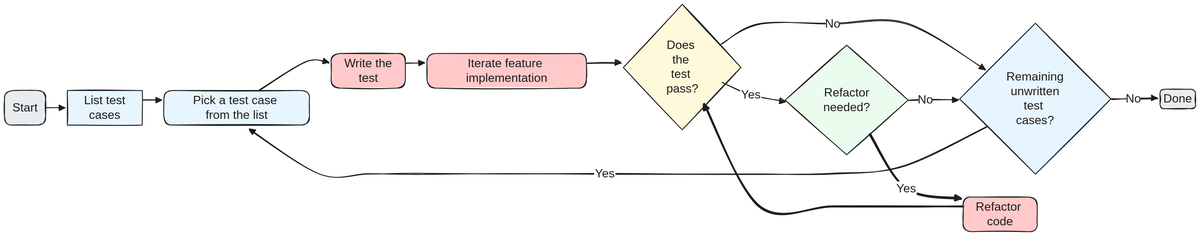
Before: tdd.excalidraw.svg, a diagram exported from Excalidraw (igwejk/workshop-tdd). Source tidied: one line per element, renumbered; positions are measured from the earlier drawing's top-left corner, leaving out a move shared by most shapes.
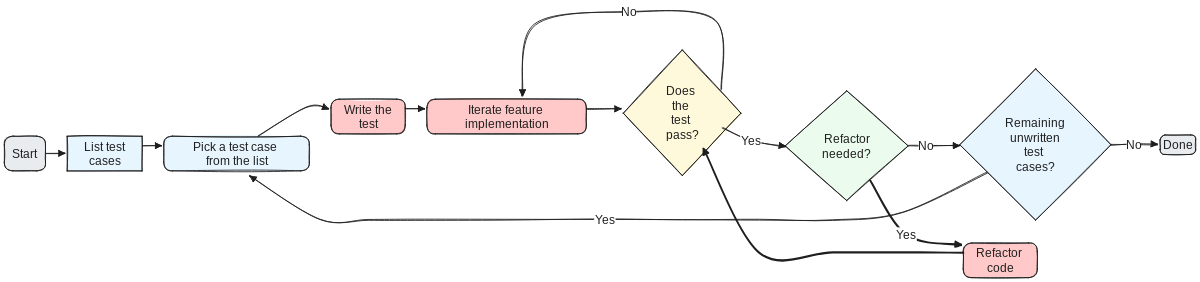
Later version of the same file.

The edit, as a diff of the source:
```diff
@@ -1,38 +1,38 @@
-{"id": 0, "type": "rectangle", "strokeColor": "#1e1e1e", "backgroundColor": "#e9ecef", "fillStyle": "solid", "strokeWidth": 2, "roughness": 1, "round": true, "x": 0, "y": 199, "width": 95, "height": 80}
-{"id": 1, "type": "rectangle", "strokeColor": "#1e1e1e", "backgroundColor": "#e7f5ff", "fillStyle": "solid", "strokeWidth": 2, "roughness": 1, "x": 145, "y": 199, "width": 173, "height": 80}
-{"id": 2, "type": "rectangle", "strokeColor": "#1e1e1e", "backgroundColor": "#e7f5ff", "fillStyle": "solid", "strokeWidth": 2, "roughness": 1, "round": true, "x": 368, "y": 199, "width": 336, "height": 80}
-{"id": 3, "type": "rectangle", "strokeColor": "#1e1e1e", "backgroundColor": "#ffc9c9", "fillStyle": "solid", "strokeWidth": 2, "roughness": 1, "round": true, "x": 754, "y": 114, "width": 171, "height": 80}
-{"id": 4, "type": "rectangle", "strokeColor": "#1e1e1e", "backgroundColor": "#ffc9c9", "fillStyle": "solid", "strokeWidth": 2, "roughness": 1, "round": true, "x": 975, "y": 114, "width": 368, "height": 80}
-{"id": 5, "type": "diamond", "strokeColor": "#1e1e1e", "backgroundColor": "#fff9db", "fillStyle": "solid", "strokeWidth": 2, "roughness": 1, "x": 1428, "y": 0, "width": 271, "height": 290}
-{"id": 6, "type": "diamond", "strokeColor": "#1e1e1e", "backgroundColor": "#ebfbee", "fillStyle": "solid", "strokeWidth": 2, "roughness": 1, "x": 1802, "y": 94, "width": 284, "height": 253}
-{"id": 7, "type": "diamond", "strokeColor": "#1e1e1e", "backgroundColor": "#e7f5ff", "fillStyle": "solid", "strokeWidth": 2, "roughness": 1, "x": 2205, "y": 44, "width": 349, "height": 349}
-{"id": 8, "type": "rectangle", "strokeColor": "#1e1e1e", "backgroundColor": "#ffc9c9", "fillStyle": "solid", "strokeWidth": 2, "roughness": 1, "round": true, "x": 2213, "y": 446, "width": 171, "height": 80}
-{"id": 9, "type": "rectangle", "strokeColor": "#1e1e1e", "backgroundColor": "#e9ecef", "fillStyle": "solid", "strokeWidth": 2, "roughness": 1, "round": true, "x": 2667, "y": 196, "width": 82, "height": 45}
-{"id": 10, "type": "arrow", "strokeColor": "#1e1e1e", "strokeWidth": 2, "roughness": 1, "endArrowhead": "triangle", "round": true, "from": 0, "to": 1, "x": 96, "y": 239, "width": 44, "height": 0, "points": [[0, 0], [44, 0]]}
-{"id": 11, "type": "arrow", "strokeColor": "#1e1e1e", "strokeWidth": 2, "roughness": 1, "endArrowhead": "triangle", "round": true, "from": 1, "to": 2, "x": 319, "y": 221, "width": 44, "height": 0, "points": [[0, 0], [44, 0]]}
-{"id": 12, "type": "arrow", "strokeColor": "#1e1e1e", "strokeWidth": 2, "roughness": 1, "endArrowhead": "triangle", "round": true, "from": 2, "to": 3, "x": 586, "y": 199, "width": 162, "height": 66, "points": [[0, 0], [111, -66], [162, -63]]}
-{"id": 13, "type": "arrow", "strokeColor": "#1e1e1e", "strokeWidth": 2, "roughness": 1, "endArrowhead": "triangle", "round": true, "from": 3, "to": 4, "x": 926, "y": 136, "width": 45, "height": 0, "points": [[0, 0], [44, 0]]}
-{"id": 14, "type": "arrow", "strokeColor": "#1e1e1e", "strokeWidth": 2, "roughness": 1, "endArrowhead": "triangle", "round": true, "from": 4, "to": 5, "x": 1344, "y": 136, "width": 81, "height": 0, "points": [[0, 0], [42, 0], [80, -1]]}
-{"id": 15, "type": "arrow", "strokeColor": "#1e1e1e", "strokeWidth": 2, "roughness": 1, "endArrowhead": "triangle", "round": true, "to": 6, "x": 1657, "y": 181, "width": 144, "height": 43, "points": [[0, 0], [66, 28], [144, 43]]}
-{"id": 16, "type": "arrow", "strokeColor": "#1e1e1e", "strokeWidth": 2, "roughness": 1, "endArrowhead": "triangle", "round": true, "from": 5, "to": 7, "x": 1655, "y": 91, "width": 610, "height": 107, "points": [[0, 0], [87, -46], [257, -46], [426, -46], [610, 61]]}
-{"id": 17, "type": "arrow", "strokeColor": "#1e1e1e", "strokeWidth": 4, "roughness": 1, "endArrowhead": "triangle", "round": true, "from": 6, "to": 8, "x": 1997, "y": 301, "width": 210, "height": 149, "points": [[0, 0], [84, 125], [210, 149]]}
-{"id": 18, "type": "arrow", "strokeColor": "#1e1e1e", "strokeWidth": 2, "roughness": 1, "endArrowhead": "triangle", "round": true, "from": 6, "to": 7, "x": 2087, "y": 221, "width": 115, "height": 1, "points": [[0, 0], [39, -1], [115, -1]]}
-{"id": 19, "type": "arrow", "strokeColor": "#1e1e1e", "strokeWidth": 4, "roughness": 1, "endArrowhead": "triangle", "round": true, "from": 8, "to": 5, "x": 2212, "y": 467, "width": 597, "height": 238, "points": [[0, 0], [-131, 0], [-301, 0], [-470, 0], [-597, -237]]}
-{"id": 20, "type": "arrow", "strokeColor": "#1e1e1e", "strokeWidth": 2, "roughness": 1, "endArrowhead": "triangle", "round": true, "from": 7, "to": 2, "x": 2268, "y": 283, "width": 1702, "height": 109, "points": [[0, 0], [-194, 92], [-356, 109], [-525, 109], [-704, 109], [-882, 109], [-1109, 109], [-1318, 109], [-1429, 109], [-1539, 109], [-1702, 7]]}
-{"id": 21, "type": "arrow", "strokeColor": "#1e1e1e", "strokeWidth": 2, "roughness": 1, "endArrowhead": "triangle", "round": true, "from": 7, "to": 9, "x": 2555, "y": 219, "width": 107, "height": 0, "points": [[0, 0], [51, 0], [107, 0]]}
+{"id": 38, "type": "rectangle", "strokeColor": "#1e1e1e", "backgroundColor": "#e9ecef", "fillStyle": "solid", "strokeWidth": 2, "roughness": 1, "round": true, "x": 0, "y": 199, "width": 95, "height": 80}
+{"id": 39, "type": "rectangle", "strokeColor": "#1e1e1e", "backgroundColor": "#e7f5ff", "fillStyle": "solid", "strokeWidth": 2, "roughness": 1, "x": 145, "y": 199, "width": 173, "height": 80}
+{"id": 40, "type": "rectangle", "strokeColor": "#1e1e1e", "backgroundColor": "#e7f5ff", "fillStyle": "solid", "strokeWidth": 2, "roughness": 1, "round": true, "x": 368, "y": 199, "width": 336, "height": 80}
+{"id": 41, "type": "rectangle", "strokeColor": "#1e1e1e", "backgroundColor": "#ffc9c9", "fillStyle": "solid", "strokeWidth": 2, "roughness": 1, "round": true, "x": 754, "y": 114, "width": 171, "height": 80}
+{"id": 42, "type": "rectangle", "strokeColor": "#1e1e1e", "backgroundColor": "#ffc9c9", "fillStyle": "solid", "strokeWidth": 2, "roughness": 1, "round": true, "x": 975, "y": 114, "width": 368, "height": 80}
+{"id": 43, "type": "diamond", "strokeColor": "#1e1e1e", "backgroundColor": "#fff9db", "fillStyle": "solid", "strokeWidth": 2, "roughness": 1, "x": 1428, "y": 0, "width": 271, "height": 290}
+{"id": 44, "type": "diamond", "strokeColor": "#1e1e1e", "backgroundColor": "#ebfbee", "fillStyle": "solid", "strokeWidth": 2, "roughness": 1, "x": 1802, "y": 94, "width": 284, "height": 253}
+{"id": 45, "type": "diamond", "strokeColor": "#1e1e1e", "backgroundColor": "#e7f5ff", "fillStyle": "solid", "strokeWidth": 2, "roughness": 1, "x": 2205, "y": 44, "width": 349, "height": 349}
+{"id": 46, "type": "rectangle", "strokeColor": "#1e1e1e", "backgroundColor": "#ffc9c9", "fillStyle": "solid", "strokeWidth": 2, "roughness": 1, "round": true, "x": 2213, "y": 445, "width": 171, "height": 80}
+{"id": 47, "type": "rectangle", "strokeColor": "#1e1e1e", "backgroundColor": "#e9ecef", "fillStyle": "solid", "strokeWidth": 2, "roughness": 1, "round": true, "x": 2667, "y": 196, "width": 82, "height": 45}
+{"id": 48, "type": "arrow", "strokeColor": "#1e1e1e", "strokeWidth": 2, "roughness": 1, "endArrowhead": "triangle", "round": true, "from": 38, "to": 39, "x": 96, "y": 239, "width": 44, "height": 0, "points": [[0, 0], [44, 0]]}
+{"id": 49, "type": "arrow", "strokeColor": "#1e1e1e", "strokeWidth": 2, "roughness": 1, "endArrowhead": "triangle", "round": true, "from": 39, "to": 40, "x": 319, "y": 221, "width": 44, "height": 0, "points": [[0, 0], [44, 0]]}
+{"id": 50, "type": "arrow", "strokeColor": "#1e1e1e", "strokeWidth": 2, "roughness": 1, "endArrowhead": "triangle", "round": true, "from": 40, "to": 41, "x": 586, "y": 199, "width": 162, "height": 66, "points": [[0, 0], [111, -66], [162, -63]]}
+{"id": 51, "type": "arrow", "strokeColor": "#1e1e1e", "strokeWidth": 2, "roughness": 1, "endArrowhead": "triangle", "round": true, "from": 41, "to": 42, "x": 926, "y": 136, "width": 44, "height": 0, "points": [[0, 0], [44, 0]]}
+{"id": 52, "type": "arrow", "strokeColor": "#1e1e1e", "strokeWidth": 2, "roughness": 1, "endArrowhead": "triangle", "round": true, "from": 42, "to": 43, "x": 1344, "y": 136, "width": 80, "height": 1, "points": [[0, 0], [42, 0], [80, -1]]}
+{"id": 53, "type": "arrow", "strokeColor": "#1e1e1e", "strokeWidth": 2, "roughness": 1, "endArrowhead": "triangle", "round": true, "to": 44, "x": 1657, "y": 181, "width": 144, "height": 43, "points": [[0, 0], [66, 28], [144, 43]]}
+{"id": 54, "type": "arrow", "strokeColor": "#1e1e1e", "strokeWidth": 2, "roughness": 1, "endArrowhead": "triangle", "round": true, "from": 43, "to": 42, "x": 1655, "y": 91, "width": 460, "height": 195, "points": [[0, 0], [-16, -159], [-213, -179], [-431, -149], [-460, 16]]}
+{"id": 55, "type": "arrow", "strokeColor": "#1e1e1e", "strokeWidth": 4, "roughness": 1, "endArrowhead": "triangle", "round": true, "from": 44, "to": 46, "x": 1997, "y": 301, "width": 210, "height": 149, "points": [[0, 0], [84, 125], [210, 149]]}
+{"id": 56, "type": "arrow", "strokeColor": "#1e1e1e", "strokeWidth": 2, "roughness": 1, "endArrowhead": "triangle", "round": true, "from": 44, "to": 45, "x": 2087, "y": 221, "width": 115, "height": 1, "points": [[0, 0], [39, -1], [115, -1]]}
+{"id": 57, "type": "arrow", "strokeColor": "#1e1e1e", "strokeWidth": 4, "roughness": 1, "endArrowhead": "triangle", "round": true, "from": 46, "to": 43, "x": 2212, "y": 467, "width": 597, "height": 238, "points": [[0, 0], [-131, 0], [-301, 0], [-470, 0], [-597, -237]]}
+{"id": 58, "type": "arrow", "strokeColor": "#1e1e1e", "strokeWidth": 2, "roughness": 1, "endArrowhead": "triangle", "round": true, "from": 45, "to": 40, "x": 2268, "y": 283, "width": 1702, "height": 109, "points": [[0, 0], [-194, 92], [-356, 109], [-525, 109], [-704, 109], [-882, 109], [-1109, 109], [-1318, 109], [-1429, 109], [-1539, 109], [-1702, 7]]}
+{"id": 59, "type": "arrow", "strokeColor": "#1e1e1e", "strokeWidth": 2, "roughness": 1, "endArrowhead": "triangle", "round": true, "from": 45, "to": 47, "x": 2555, "y": 219, "width": 107, "height": 0, "points": [[0, 0], [51, 0], [107, 0]]}
-{"id": 22, "type": "text", "text": "Start", "strokeColor": "#1e1e1e", "strokeWidth": 2, "roughness": 1, "fontSize": 28, "fontFamily": 3, "textAlign": "center", "verticalAlign": "middle", "inside": 0, "x": 6, "y": 222, "width": 82, "height": 34}
+{"id": 22, "type": "text", "text": "Start", "strokeColor": "#1e1e1e", "strokeWidth": 2, "roughness": 1, "fontSize": 28, "fontFamily": 3, "textAlign": "center", "verticalAlign": "middle", "inside": 38, "x": 7, "y": 222, "width": 82, "height": 34}
-{"id": 23, "type": "text", "text": "List test\ncases", "strokeColor": "#1e1e1e", "strokeWidth": 2, "roughness": 1, "fontSize": 28, "fontFamily": 3, "textAlign": "center", "verticalAlign": "middle", "inside": 1, "x": 158, "y": 206, "width": 148, "height": 67}
+{"id": 23, "type": "text", "text": "List test\ncases", "strokeColor": "#1e1e1e", "strokeWidth": 2, "roughness": 1, "fontSize": 28, "fontFamily": 3, "textAlign": "center", "verticalAlign": "middle", "inside": 39, "x": 158, "y": 206, "width": 148, "height": 67}
-{"id": 24, "type": "text", "text": "Pick a test case \nfrom the list", "strokeColor": "#1e1e1e", "strokeWidth": 2, "roughness": 1, "fontSize": 28, "fontFamily": 3, "textAlign": "center", "verticalAlign": "middle", "inside": 2, "x": 396, "y": 205, "width": 279, "height": 67}
+{"id": 24, "type": "text", "text": "Pick a test case \nfrom the list", "strokeColor": "#1e1e1e", "strokeWidth": 2, "roughness": 1, "fontSize": 28, "fontFamily": 3, "textAlign": "center", "verticalAlign": "middle", "inside": 40, "x": 396, "y": 205, "width": 279, "height": 67}
-{"id": 25, "type": "text", "text": "Write the\ntest", "strokeColor": "#1e1e1e", "strokeWidth": 2, "roughness": 1, "fontSize": 28, "fontFamily": 3, "textAlign": "center", "verticalAlign": "middle", "inside": 3, "x": 766, "y": 120, "width": 148, "height": 67}
+{"id": 25, "type": "text", "text": "Write the\ntest", "strokeColor": "#1e1e1e", "strokeWidth": 2, "roughness": 1, "fontSize": 28, "fontFamily": 3, "textAlign": "center", "verticalAlign": "middle", "inside": 41, "x": 766, "y": 120, "width": 148, "height": 67}
-{"id": 26, "type": "text", "text": "Iterate feature \nimplementation", "strokeColor": "#1e1e1e", "strokeWidth": 2, "roughness": 1, "fontSize": 28, "fontFamily": 3, "textAlign": "center", "verticalAlign": "middle", "inside": 4, "x": 1028, "y": 120, "width": 262, "height": 67}
+{"id": 26, "type": "text", "text": "Iterate feature \nimplementation", "strokeColor": "#1e1e1e", "strokeWidth": 2, "roughness": 1, "fontSize": 28, "fontFamily": 3, "textAlign": "center", "verticalAlign": "middle", "inside": 42, "x": 1028, "y": 120, "width": 262, "height": 67}
-{"id": 27, "type": "text", "text": "Does \nthe \ntest \npass?", "strokeColor": "#1e1e1e", "strokeWidth": 2, "roughness": 1, "fontSize": 28, "fontFamily": 3, "textAlign": "center", "verticalAlign": "middle", "inside": 5, "x": 1523, "y": 78, "width": 82, "height": 134}
+{"id": 27, "type": "text", "text": "Does \nthe \ntest \npass?", "strokeColor": "#1e1e1e", "strokeWidth": 2, "roughness": 1, "fontSize": 28, "fontFamily": 3, "textAlign": "center", "verticalAlign": "middle", "inside": 43, "x": 1523, "y": 78, "width": 82, "height": 134}
-{"id": 28, "type": "text", "text": "Refactor\nneeded?", "strokeColor": "#1e1e1e", "strokeWidth": 2, "roughness": 1, "fontSize": 28, "fontFamily": 3, "textAlign": "center", "verticalAlign": "middle", "inside": 6, "x": 1878, "y": 188, "width": 131, "height": 67}
+{"id": 28, "type": "text", "text": "Refactor\nneeded?", "strokeColor": "#1e1e1e", "strokeWidth": 2, "roughness": 1, "fontSize": 28, "fontFamily": 3, "textAlign": "center", "verticalAlign": "middle", "inside": 44, "x": 1878, "y": 188, "width": 131, "height": 67}
-{"id": 29, "type": "text", "text": "Remaining\nunwritten\ntest \ncases?", "strokeColor": "#1e1e1e", "strokeWidth": 2, "roughness": 1, "fontSize": 28, "fontFamily": 3, "textAlign": "center", "verticalAlign": "middle", "inside": 7, "x": 2305, "y": 151, "width": 148, "height": 134}
+{"id": 29, "type": "text", "text": "Remaining\nunwritten\ntest \ncases?", "strokeColor": "#1e1e1e", "strokeWidth": 2, "roughness": 1, "fontSize": 28, "fontFamily": 3, "textAlign": "center", "verticalAlign": "middle", "inside": 45, "x": 2305, "y": 151, "width": 148, "height": 134}
-{"id": 30, "type": "text", "text": "Refactor \ncode", "strokeColor": "#1e1e1e", "strokeWidth": 2, "roughness": 1, "fontSize": 28, "fontFamily": 3, "textAlign": "center", "verticalAlign": "middle", "inside": 8, "x": 2224, "y": 452, "width": 148, "height": 67}
+{"id": 30, "type": "text", "text": "Refactor \ncode", "strokeColor": "#1e1e1e", "strokeWidth": 2, "roughness": 1, "fontSize": 28, "fontFamily": 3, "textAlign": "center", "verticalAlign": "middle", "inside": 46, "x": 2224, "y": 452, "width": 148, "height": 67}
-{"id": 31, "type": "text", "text": "Done", "strokeColor": "#1e1e1e", "strokeWidth": 2, "roughness": 1, "fontSize": 28, "fontFamily": 3, "textAlign": "center", "verticalAlign": "middle", "inside": 9, "x": 2675, "y": 202, "width": 66, "height": 34}
+{"id": 31, "type": "text", "text": "Done", "strokeColor": "#1e1e1e", "strokeWidth": 2, "roughness": 1, "fontSize": 28, "fontFamily": 3, "textAlign": "center", "verticalAlign": "middle", "inside": 47, "x": 2675, "y": 202, "width": 66, "height": 34}
-{"id": 32, "type": "text", "text": "Yes", "strokeColor": "#1e1e1e", "strokeWidth": 2, "roughness": 1, "fontSize": 28, "fontFamily": 3, "textAlign": "center", "verticalAlign": "middle", "inside": 15, "x": 1698, "y": 192, "width": 49, "height": 34}
-{"id": 33, "type": "text", "text": "No", "strokeColor": "#1e1e1e", "strokeWidth": 2, "roughness": 1, "fontSize": 28, "fontFamily": 3, "textAlign": "center", "verticalAlign": "middle", "inside": 16, "x": 1895, "y": 28, "width": 33, "height": 34}
-{"id": 34, "type": "text", "text": "Yes", "strokeColor": "#1e1e1e", "strokeWidth": 2, "roughness": 1, "fontSize": 28, "fontFamily": 3, "textAlign": "center", "verticalAlign": "middle", "inside": 17, "x": 2056, "y": 409, "width": 49, "height": 34}
-{"id": 35, "type": "text", "text": "No", "strokeColor": "#1e1e1e", "strokeWidth": 2, "roughness": 1, "fontSize": 28, "fontFamily": 3, "textAlign": "center", "verticalAlign": "middle", "inside": 18, "x": 2109, "y": 204, "width": 33, "height": 34}
-{"id": 36, "type": "text", "text": "Yes", "strokeColor": "#1e1e1e", "strokeWidth": 2, "roughness": 1, "fontSize": 28, "fontFamily": 3, "textAlign": "center", "verticalAlign": "middle", "inside": 20, "x": 1361, "y": 375, "width": 49, "height": 34}
-{"id": 37, "type": "text", "text": "No", "strokeColor": "#1e1e1e", "strokeWidth": 2, "roughness": 1, "fontSize": 28, "fontFamily": 3, "textAlign": "center", "verticalAlign": "middle", "inside": 21, "x": 2590, "y": 201, "width": 33, "height": 34}
+{"id": 60, "type": "text", "text": "Yes", "strokeColor": "#1e1e1e", "strokeWidth": 2, "roughness": 1, "fontSize": 28, "fontFamily": 3, "textAlign": "center", "verticalAlign": "middle", "inside": 53, "x": 1698, "y": 192, "width": 49, "height": 34}
+{"id": 61, "type": "text", "text": "No", "strokeColor": "#1e1e1e", "strokeWidth": 2, "roughness": 1, "fontSize": 28, "fontFamily": 3, "textAlign": "center", "verticalAlign": "middle", "inside": 54, "x": 1895, "y": 28, "width": 33, "height": 34}
+{"id": 62, "type": "text", "text": "Yes", "strokeColor": "#1e1e1e", "strokeWidth": 2, "roughness": 1, "fontSize": 28, "fontFamily": 3, "textAlign": "center", "verticalAlign": "middle", "inside": 55, "x": 2056, "y": 409, "width": 49, "height": 34}
+{"id": 63, "type": "text", "text": "No", "strokeColor": "#1e1e1e", "strokeWidth": 2, "roughness": 1, "fontSize": 28, "fontFamily": 3, "textAlign": "center", "verticalAlign": "middle", "inside": 56, "x": 2109, "y": 204, "width": 33, "height": 34}
+{"id": 64, "type": "text", "text": "Yes", "strokeColor": "#1e1e1e", "strokeWidth": 2, "roughness": 1, "fontSize": 28, "fontFamily": 3, "textAlign": "center", "verticalAlign": "middle", "inside": 58, "x": 1361, "y": 375, "width": 49, "height": 34}
+{"id": 65, "type": "text", "text": "No", "strokeColor": "#1e1e1e", "strokeWidth": 2, "roughness": 1, "fontSize": 28, "fontFamily": 3, "textAlign": "center", "verticalAlign": "middle", "inside": 59, "x": 2590, "y": 201, "width": 33, "height": 34}
```
